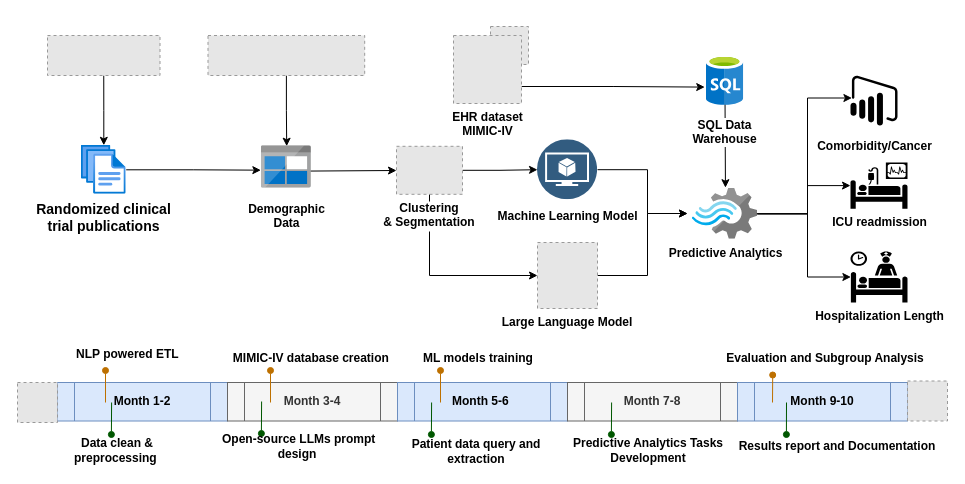
This is Untitled Diagram.drawio from profliuhao/drawio, a draw.io file, before an edit. Source tidied: cells renumbered, new cells numbered last; positions are measured from the earlier drawing's top-left corner, leaving out a move shared by most shapes. Both pictures are drawn from the tidied source at 100%, with x=0, y=0 at pixel (17, 26). Pictures stored in the file or linked from it are replaced by grey dashed boxes.
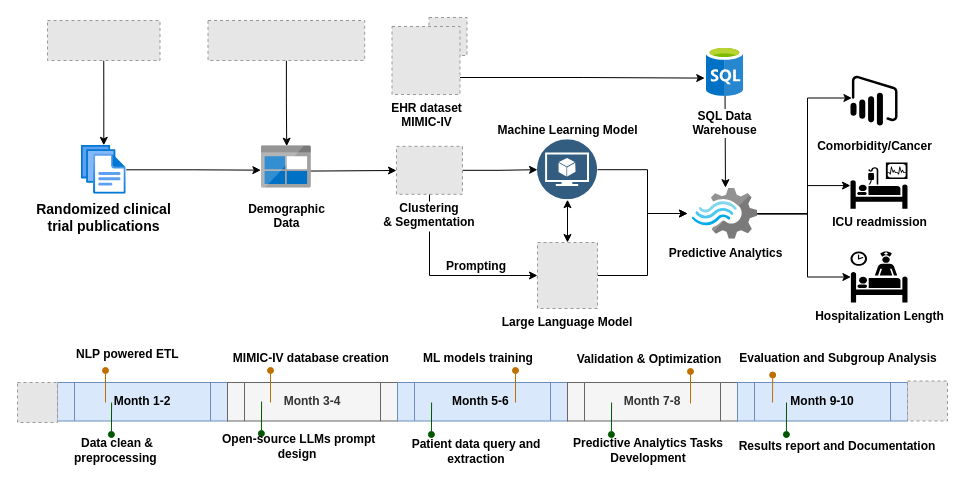
The same diagram, later.

Unchanged cells that the change refers to:
```xml
<mxCell id="24" value="Large Language Model" style="fillColor=#E6E6E6;strokeColor=#999999;dashed=1;verticalLabelPosition=bottom;verticalAlign=top;fontStyle=1;" parent="1" vertex="1">
  <mxGeometry x="520" y="216" width="60" height="66" as="geometry" />
</mxCell>
```

Diff of the diagram source:
```diff
@@
     <mxCell id="2" style="fillColor=#E6E6E6;strokeColor=#999999;dashed=1;html=1;verticalAlign=top;verticalLabelPosition=bottom;labelBackgroundColor=#ffffff;fontStyle=1;" parent="1" vertex="1">
-      <mxGeometry x="473" width="38" height="38" as="geometry" />
+      <mxGeometry x="411.5" y="-9" width="38" height="38" as="geometry" />
     </mxCell>
@@
     <mxCell id="6" value="SQL Data&lt;br&gt;Warehouse" style="html=1;perimeter=none;align=center;shadow=0;dashed=0;image;fontSize=12;image=img/lib/mscae/SQL_Database_generic.svg;labelBackgroundColor=#ffffff;fillColor=#4D9900;spacingTop=6;fontStyle=1;" parent="1" vertex="1">
-      <mxGeometry x="688.7" y="29" width="37.5" height="50" as="geometry" />
+      <mxGeometry x="688.7" y="20" width="37.5" height="50" as="geometry" />
     </mxCell>
@@
     <mxCell id="9" value="EHR dataset &lt;br&gt;MIMIC-IV" style="fillColor=#E6E6E6;strokeColor=#999999;dashed=1;html=1;verticalAlign=top;verticalLabelPosition=bottom;labelBackgroundColor=#ffffff;fontStyle=1;" parent="1" vertex="1">
-      <mxGeometry x="436" y="9" width="68" height="68" as="geometry" />
+      <mxGeometry x="374.5" width="68" height="68" as="geometry" />
     </mxCell>
@@
     <mxCell id="11" style="fillColor=#E6E6E6;strokeColor=#999999;dashed=1;verticalLabelPosition=bottom;labelBackgroundColor=default;verticalAlign=top;fontStyle=1;" parent="1" vertex="1">
-      <mxGeometry x="30" y="9" width="112.5" height="40" as="geometry" />
+      <mxGeometry x="30" y="-6" width="112.5" height="40" as="geometry" />
     </mxCell>
@@
     <mxCell id="16" style="fillColor=#E6E6E6;strokeColor=#999999;dashed=1;verticalLabelPosition=bottom;verticalAlign=top;fontStyle=1;" parent="1" vertex="1">
-      <mxGeometry x="190.5" y="9" width="156.7" height="40" as="geometry" />
+      <mxGeometry x="190.5" y="-6" width="156.7" height="40" as="geometry" />
     </mxCell>
@@
-    <mxCell id="18" value="&lt;font color=&quot;#000000&quot;&gt;Machine Learning Model&lt;/font&gt;" style="image;perimeter=ellipsePerimeter;html=1;align=center;shadow=0;dashed=0;fontColor=#4277BB;labelBackgroundColor=default;fontSize=12;spacingTop=3;image=img/lib/ibm/data/model.svg;fontStyle=1;" parent="1" vertex="1">
+    <mxCell id="18" value="&lt;font color=&quot;#000000&quot;&gt;Machine Learning Model&lt;/font&gt;" style="image;perimeter=ellipsePerimeter;html=1;align=center;shadow=0;dashed=0;fontColor=#4277BB;labelBackgroundColor=default;fontSize=12;spacingTop=3;image=img/lib/ibm/data/model.svg;fontStyle=1;verticalAlign=bottom;labelPosition=center;verticalLabelPosition=top;" parent="1" vertex="1">
       <mxGeometry x="520" y="113.2" width="60" height="60" as="geometry" />
     </mxCell>
@@
+    <mxCell id="54" style="edgeStyle=orthogonalEdgeStyle;rounded=0;jettySize=auto;html=1;startArrow=classic;startFill=1;" parent="1" edge="1" source="24" target="18">
+      <mxGeometry relative="1" as="geometry" />
+    </mxCell>
@@
     <mxCell id="44" value="Evaluation and Subgroup Analysis" style="text;strokeColor=none;align=center;fillColor=none;html=1;verticalAlign=middle;whiteSpace=wrap;rounded=0;fontStyle=1;" parent="1" vertex="1">
-      <mxGeometry x="706" y="317" width="204" height="30" as="geometry" />
+      <mxGeometry x="719" y="317" width="204" height="30" as="geometry" />
     </mxCell>
@@
     <mxCell id="53" style="endArrow=none;html=1;rounded=0;align=center;verticalAlign=top;endFill=0;labelBackgroundColor=none;endSize=6;startArrow=oval;startFill=1;fillColor=#f0a30a;strokeColor=#BD7000;fontStyle=1;" parent="1" edge="1">
       <mxGeometry relative="1" as="geometry">
-        <mxPoint x="423" y="344" as="sourcePoint" />
-        <mxPoint x="423" y="376" as="targetPoint" />
+        <mxPoint x="498" y="344" as="sourcePoint" />
+        <mxPoint x="498" y="376" as="targetPoint" />
       </mxGeometry>
     </mxCell>
+    <mxCell id="55" value="Prompting" style="text;strokeColor=none;align=center;fillColor=none;html=1;verticalAlign=middle;whiteSpace=wrap;rounded=0;fontStyle=1;" parent="1" vertex="1">
+      <mxGeometry x="379" y="225" width="160" height="30" as="geometry" />
+    </mxCell>
+    <mxCell id="56" value="Validation &amp;amp; Optimization" style="text;strokeColor=none;align=center;fillColor=none;html=1;verticalAlign=middle;whiteSpace=wrap;rounded=0;fontStyle=1;" parent="1" vertex="1">
+      <mxGeometry x="552" y="318" width="160" height="30" as="geometry" />
+    </mxCell>
+    <mxCell id="57" style="endArrow=none;html=1;rounded=0;align=center;verticalAlign=top;endFill=0;labelBackgroundColor=none;endSize=6;startArrow=oval;startFill=1;fillColor=#f0a30a;strokeColor=#BD7000;fontStyle=1;" parent="1" edge="1">
+      <mxGeometry relative="1" as="geometry">
+        <mxPoint x="673" y="345" as="sourcePoint" />
+        <mxPoint x="673" y="377" as="targetPoint" />
+      </mxGeometry>
+    </mxCell>
```
